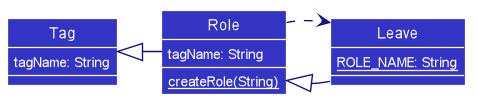
The PlantUML diagram docs/images/LeaveClassDiagram.png in wakululuu/tp, before a commit.
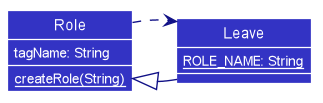
Above is the later version.

Commit message:
Update UserGuide and DeveloperGuide based on updated leave implementation

The edit, as a diff of the source:
```diff
@@ -17,6 +17,8 @@
     BorderColor #FFFFFF
     StereotypeFontColor #FFFFFF
     FontName Arial
+    AttributeFontColor #FFFFFF
+    AttributeFontName Arial
 }
 
 skinparam Actor {
@@ -45,7 +47,7 @@
 skinparam packageStyle Rectangle
 
 hide footbox
-hide members
+hide empty members
 hide circle
 skinparam arrowThickness 1.1
 skinparam arrowColor #101086
@@ -53,11 +55,6 @@
 skinparam ClassAttributeFontColor #FFFFFF
 show members
 
-
-
-class Tag {
-tagName: String
-}
 
 class Role {
 tagName: String
@@ -68,7 +65,6 @@
 {static} ROLE_NAME: String
 }
 
-Tag <|- Role
 Role <|- Leave
 Role ..> Leave
 @enduml
```
